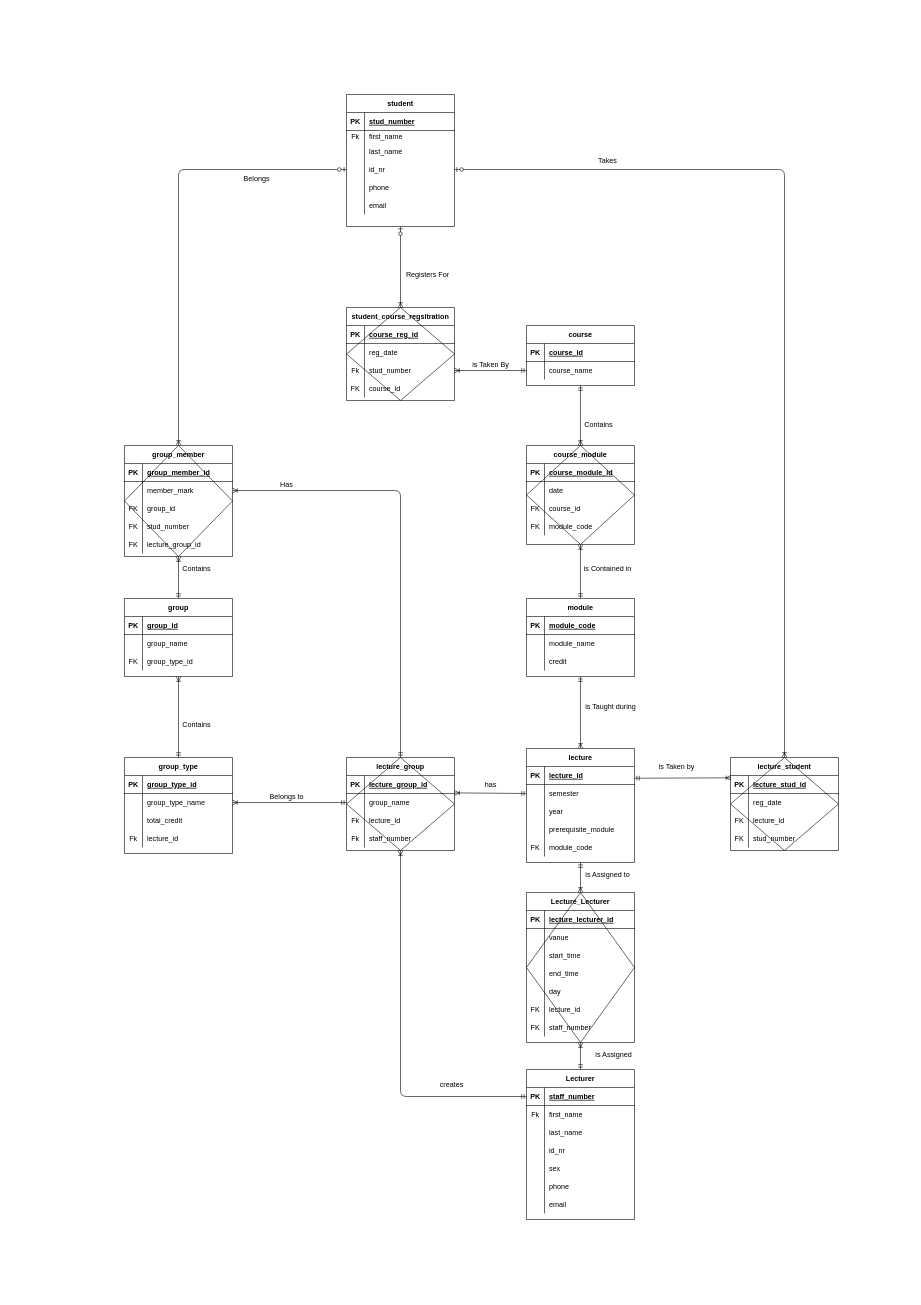
This is final_documentation/DSO Grouping.drawio from shikomatlala/grouping_system, a draw.io file, before an edit. Source tidied: cells renumbered, new cells numbered last; positions are measured from the earlier drawing's top-left corner, leaving out a move shared by most shapes. Both pictures are drawn from the tidied source at 60%, with x=0, y=0 at pixel (124, 94).
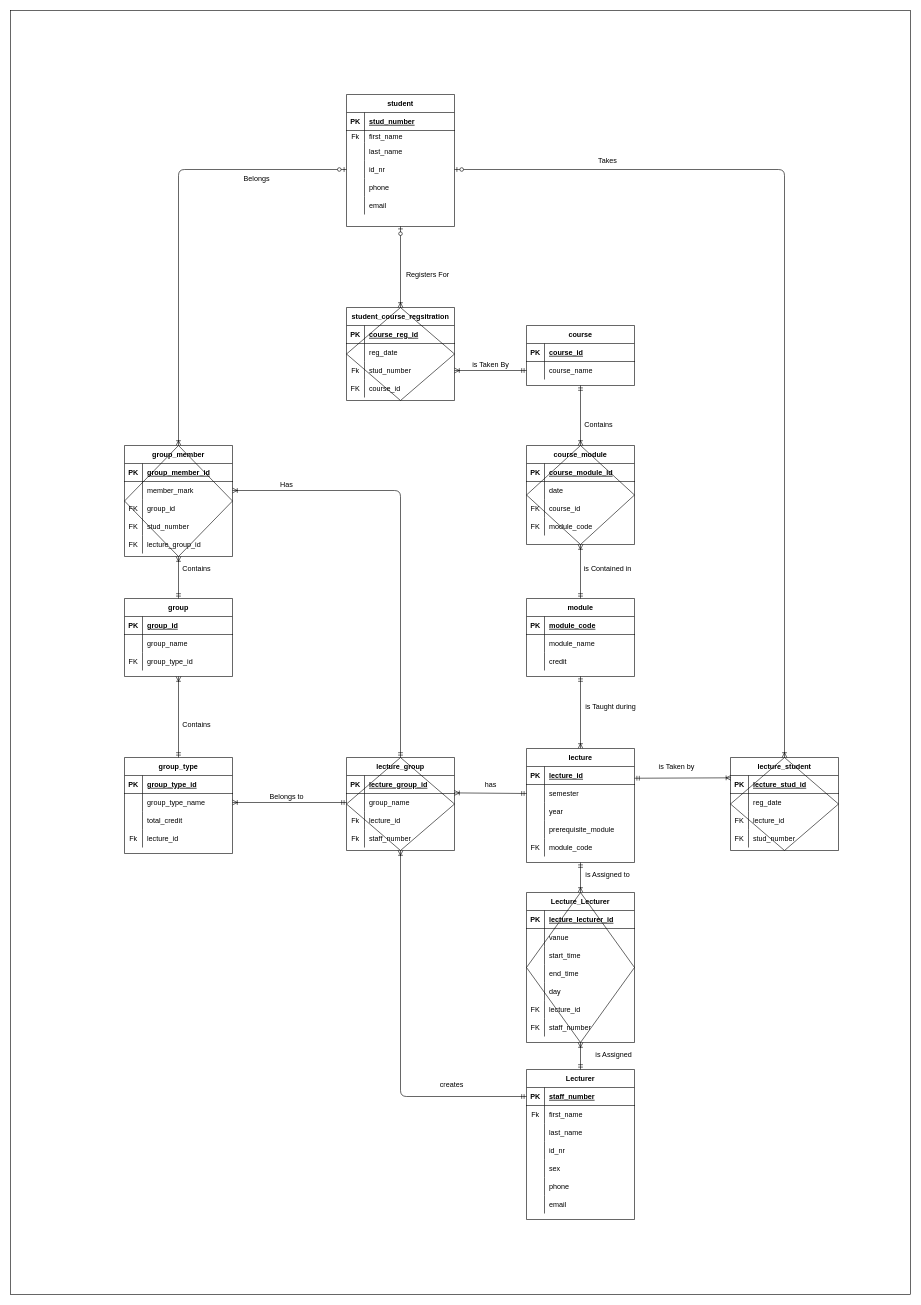
After the change.

What changed in the source:
```diff
@@
+    <mxCell id="227" style="rounded=0;whiteSpace=wrap;html=1;fillColor=none;" parent="1" vertex="1">
+      <mxGeometry x="-190" y="-140" width="1500" height="2140" as="geometry" />
+    </mxCell>
```
